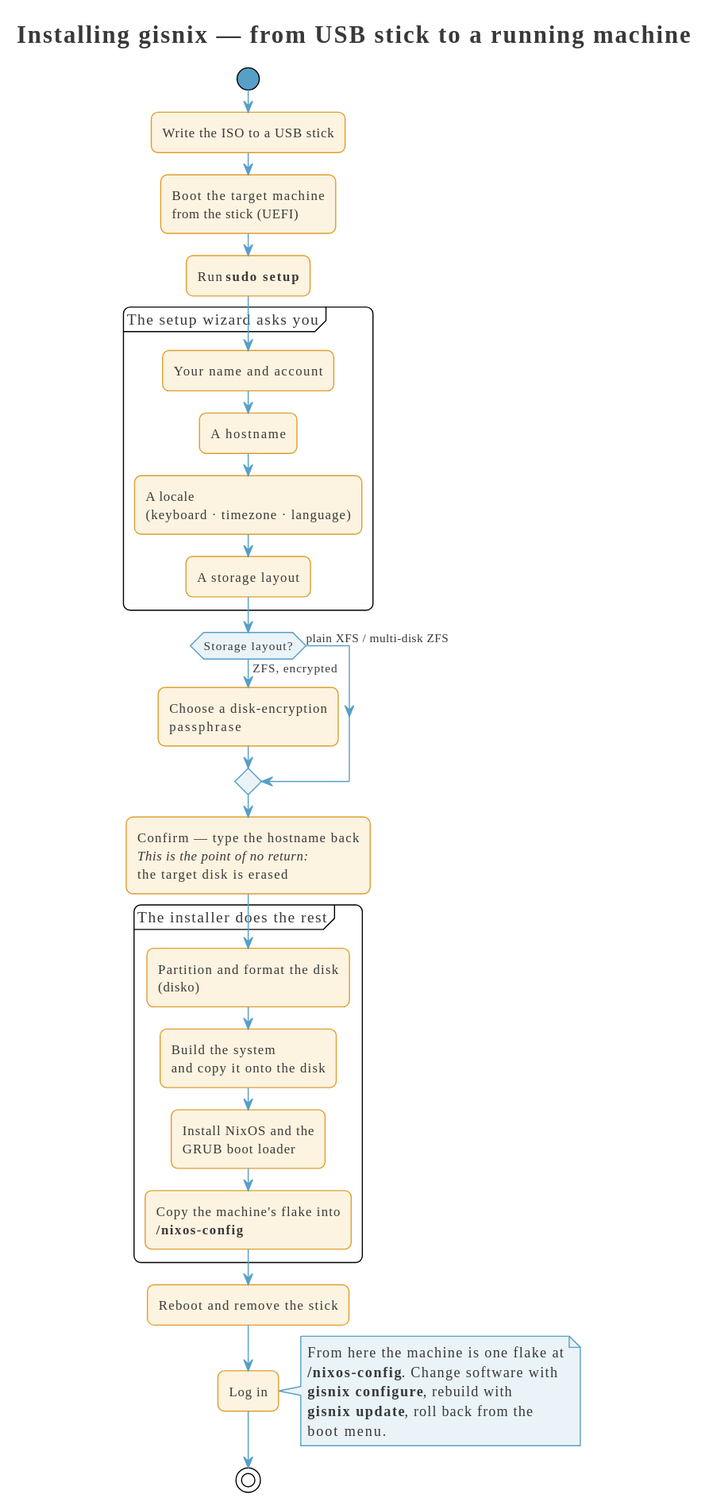
Earlier version of the PlantUML export docs/assets/diagrams/install-journey.svg (kartoza/gisnix). The source it was exported from:
```plantuml
@startuml
!include _theme.puml

title Installing gisnix — from USB stick to a running machine

start
:Write the ISO to a USB stick;
:Boot the target machine\nfrom the stick (UEFI);
:Run **sudo setup**;

partition "The setup wizard asks you" {
  :Your name and account;
  :A hostname;
  :A locale\n(keyboard · timezone · language);
  :A storage layout;
}

if (Storage layout?) then (ZFS, encrypted)
  :Choose a disk-encryption\npassphrase;
else (plain XFS / multi-disk ZFS)
endif

:Confirm — type the hostname back\n//This is the point of no return://\nthe target disk is erased;

partition "The installer does the rest" {
  :Partition and format the disk\n(disko);
  :Build the system\nand copy it onto the disk;
  :Install NixOS and the\nGRUB boot loader;
  :Copy the machine's flake into\n**~/nixos-config**;
}

:Reboot and remove the stick;
:Log in;

note right
  From here the machine is one flake at
  **~/nixos-config**. Change software with
  **gisnix configure**, rebuild with
  **gisnix update**, roll back from the
  boot menu.
end note

stop
@enduml
```
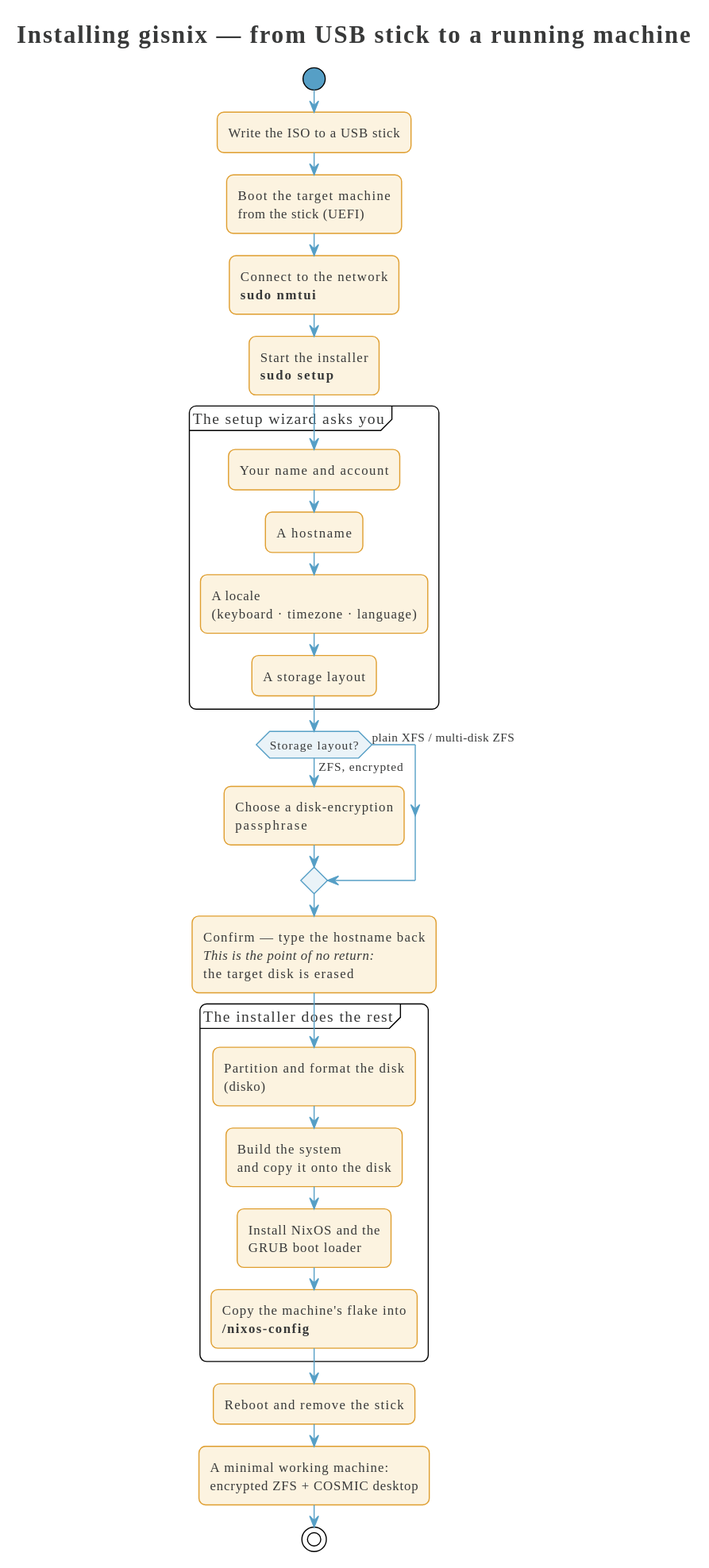
After the change.

Diff of the diagram source:
```diff
@@ -6,7 +6,8 @@
 start
 :Write the ISO to a USB stick;
 :Boot the target machine\nfrom the stick (UEFI);
-:Run **sudo setup**;
+:Connect to the network\n**sudo nmtui**;
+:Start the installer\n**sudo setup**;
 
 partition "The setup wizard asks you" {
   :Your name and account;
@@ -30,15 +31,7 @@
 }
 
 :Reboot and remove the stick;
-:Log in;
-
-note right
-  From here the machine is one flake at
-  **~/nixos-config**. Change software with
-  **gisnix configure**, rebuild with
-  **gisnix update**, roll back from the
-  boot menu.
-end note
+:A minimal working machine:\nencrypted ZFS + COSMIC desktop;
 
 stop
 @enduml
```
